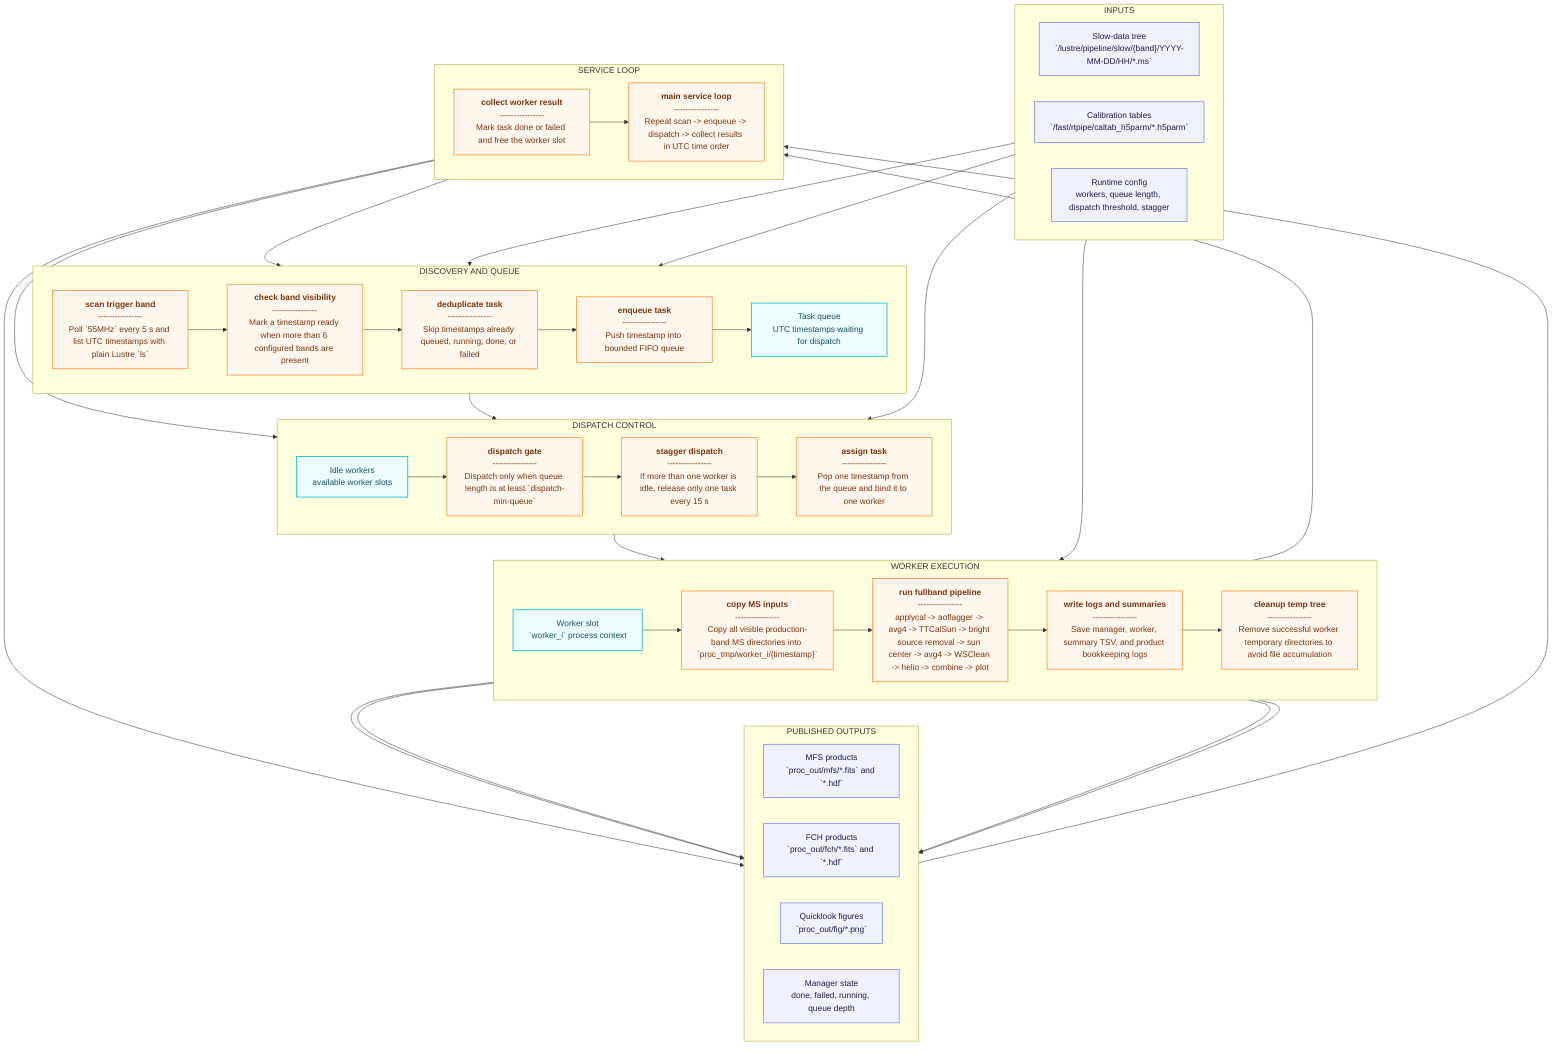
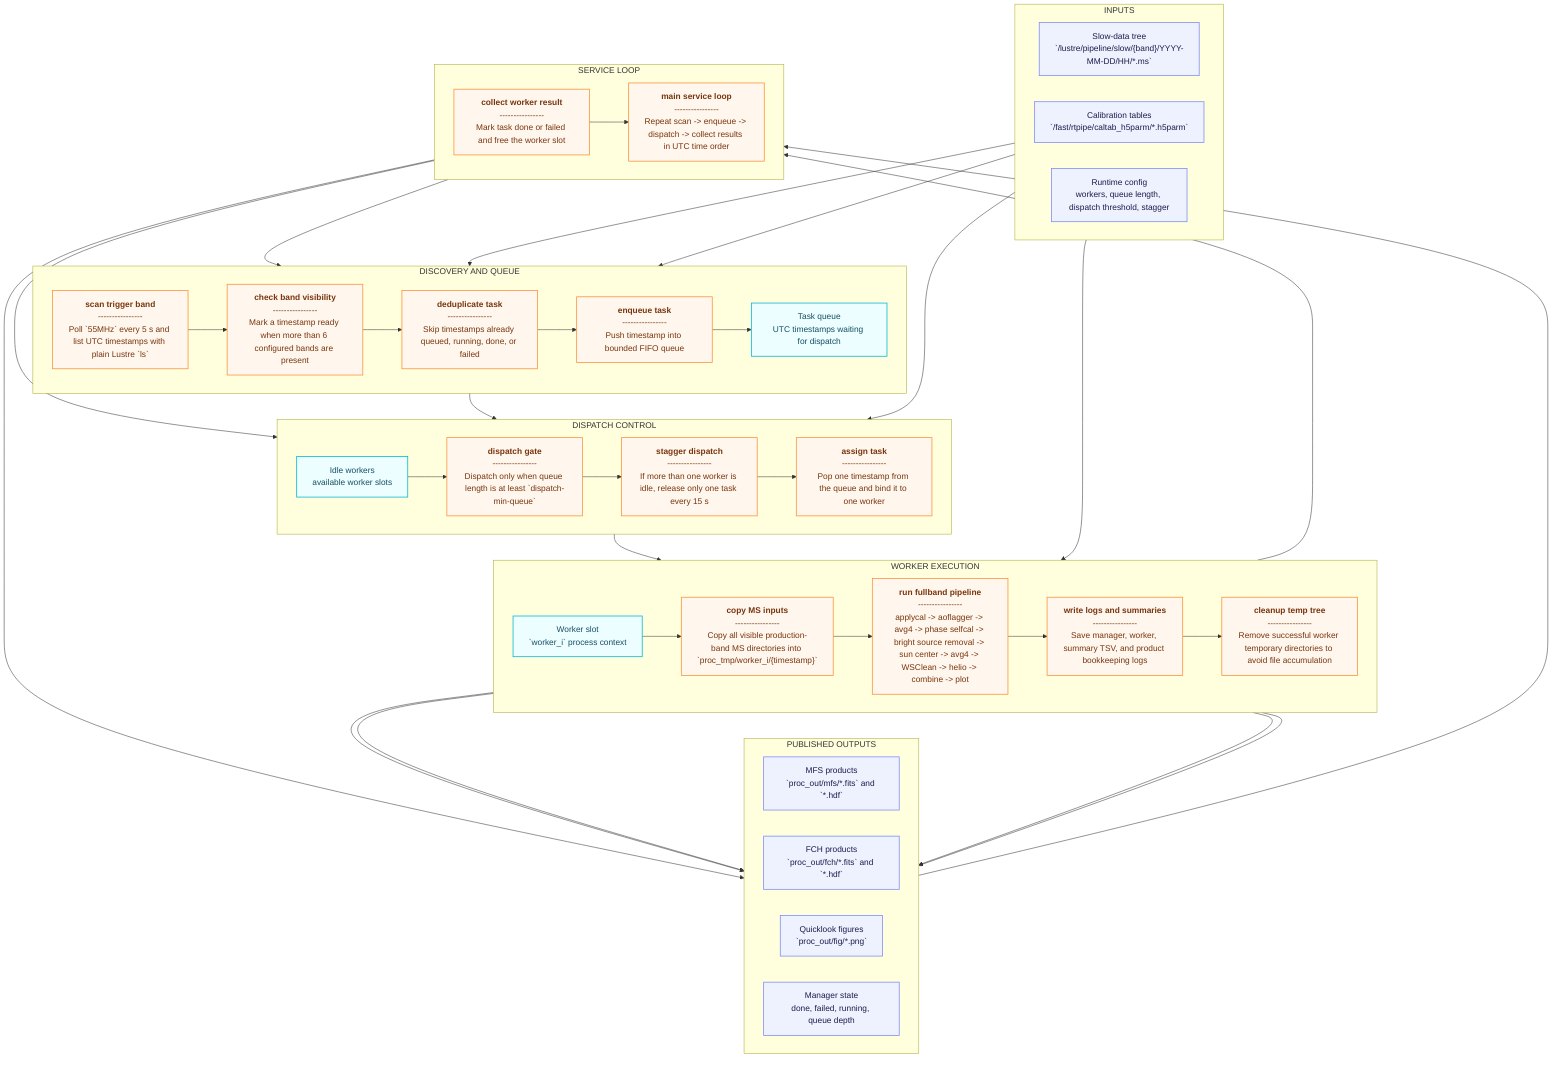
---
config:
  layout: dagre
---
graph TD
 subgraph INPUTS["INPUTS"]
        direction LR
        SLOW["Slow-data tree<br>`/lustre/pipeline/slow/{band}/YYYY-MM-DD/HH/*.ms`"]
        CAL["Calibration tables<br>`/fast/rtpipe/caltab_h5parm/*.h5parm`"]
        CONF["Runtime config<br>workers, queue length, dispatch threshold, stagger"]
  end
 subgraph DISCOVERY["DISCOVERY AND QUEUE"]
        direction LR
        SCAN["<b>scan trigger band</b><br>----------------<br>Poll `55MHz` every 5 s and list UTC timestamps with plain Lustre `ls`"]
        READY["<b>check band visibility</b><br>----------------<br>Mark a timestamp ready when more than 6 configured bands are present"]
        DEDUP["<b>deduplicate task</b><br>----------------<br>Skip timestamps already queued, running, done, or failed"]
        ENQUEUE["<b>enqueue task</b><br>----------------<br>Push timestamp into bounded FIFO queue"]
        QUEUE["Task queue<br>UTC timestamps waiting for dispatch"]
  end
 subgraph DISPATCH["DISPATCH CONTROL"]
        direction LR
        GATE["<b>dispatch gate</b><br>----------------<br>Dispatch only when queue length is at least `dispatch-min-queue`"]
        IDLE["Idle workers<br>available worker slots"]
        STAGGER["<b>stagger dispatch</b><br>----------------<br>If more than one worker is idle, release only one task every 15 s"]
        ASSIGN["<b>assign task</b><br>----------------<br>Pop one timestamp from the queue and bind it to one worker"]
  end
 subgraph WORKERS["WORKER EXECUTION"]
        direction LR
        WORKER["Worker slot<br>`worker_i` process context"]
        COPY["<b>copy MS inputs</b><br>----------------<br>Copy all visible production-band MS directories into `proc_tmp/worker_i/{timestamp}`"]
-         PROC["<b>run fullband pipeline</b><br>----------------<br>applycal -> aoflagger -> avg4 -> TTCalSun -> bright source removal -> sun center -> avg4 -> WSClean -> helio -> combine -> plot"]
+         PROC["<b>run fullband pipeline</b><br>----------------<br>applycal -> aoflagger -> avg4 -> phase selfcal -> bright source removal -> sun center -> avg4 -> WSClean -> helio -> combine -> plot"]
        LOG["<b>write logs and summaries</b><br>----------------<br>Save manager, worker, summary TSV, and product bookkeeping logs"]
        CLEAN["<b>cleanup temp tree</b><br>----------------<br>Remove successful worker temporary directories to avoid file accumulation"]
  end
 subgraph OUTPUTS["PUBLISHED OUTPUTS"]
        direction LR
        MFS["MFS products<br>`proc_out/mfs/*.fits` and `*.hdf`"]
        FCH["FCH products<br>`proc_out/fch/*.fits` and `*.hdf`"]
        FIG["Quicklook figures<br>`proc_out/fig/*.png`"]
        STATUS["Manager state<br>done, failed, running, queue depth"]
  end
 subgraph SERVICE["SERVICE LOOP"]
        direction LR
        LOOP["<b>main service loop</b><br>----------------<br>Repeat scan -> enqueue -> dispatch -> collect results in UTC time order"]
        COLLECT["<b>collect worker result</b><br>----------------<br>Mark task done or failed and free the worker slot"]
  end
    SLOW --> SCAN
    CONF --> SCAN
    SCAN --> READY
    READY --> DEDUP
    DEDUP --> ENQUEUE
    ENQUEUE --> QUEUE
    QUEUE --> GATE
    IDLE --> GATE
    CONF --> GATE
    GATE --> STAGGER
    STAGGER --> ASSIGN
    ASSIGN --> WORKER
    CAL --> PROC
    WORKER --> COPY
    COPY --> PROC
    PROC --> LOG
    PROC --> MFS & FCH & FIG
    LOG --> STATUS
    LOG --> CLEAN
    CLEAN --> COLLECT
    COLLECT --> STATUS
    COLLECT --> IDLE
    LOOP --> SCAN
    COLLECT --> LOOP
    STATUS --> LOOP

     SLOW:::element
     CAL:::element
     CONF:::element
     QUEUE:::queue
     IDLE:::queue
     WORKER:::queue
     MFS:::element
     FCH:::element
     FIG:::element
     STATUS:::element
     SCAN:::step
     READY:::step
     DEDUP:::step
     ENQUEUE:::step
     GATE:::step
     STAGGER:::step
     ASSIGN:::step
     COPY:::step
     PROC:::step
     LOG:::step
     CLEAN:::step
     LOOP:::step
     COLLECT:::step
    classDef element fill:#eef2ff,stroke:#818cf8,stroke-width:1.5px,color:#1e1b4b
    classDef step fill:#fff7ed,stroke:#fb923c,stroke-width:1.5px,color:#78350f
    classDef queue fill:#ecfeff,stroke:#06b6d4,stroke-width:1.5px,color:#164e63
